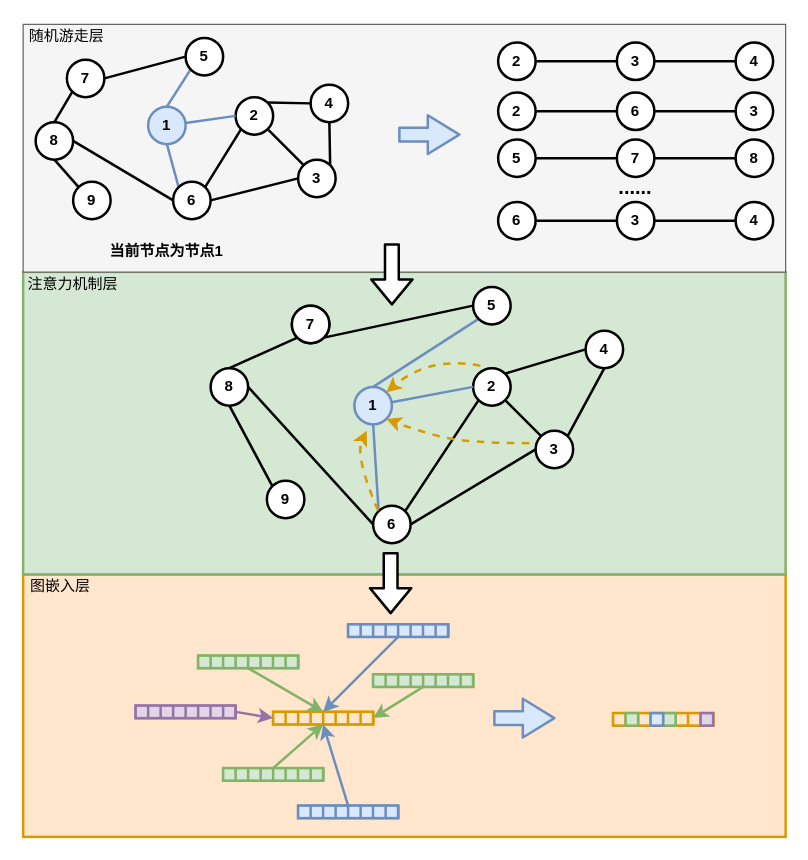
Before: page "Page-10" (10 of 11) of attention embedding.drawio in zjtone/RL-Note, a draw.io diagram. Source tidied: cells renumbered, new cells numbered last; positions are measured from the earlier drawing's top-left corner, leaving out a move shared by most shapes. Both pictures are drawn from the tidied source at 125%, with x=0, y=0 at pixel (22, 24).
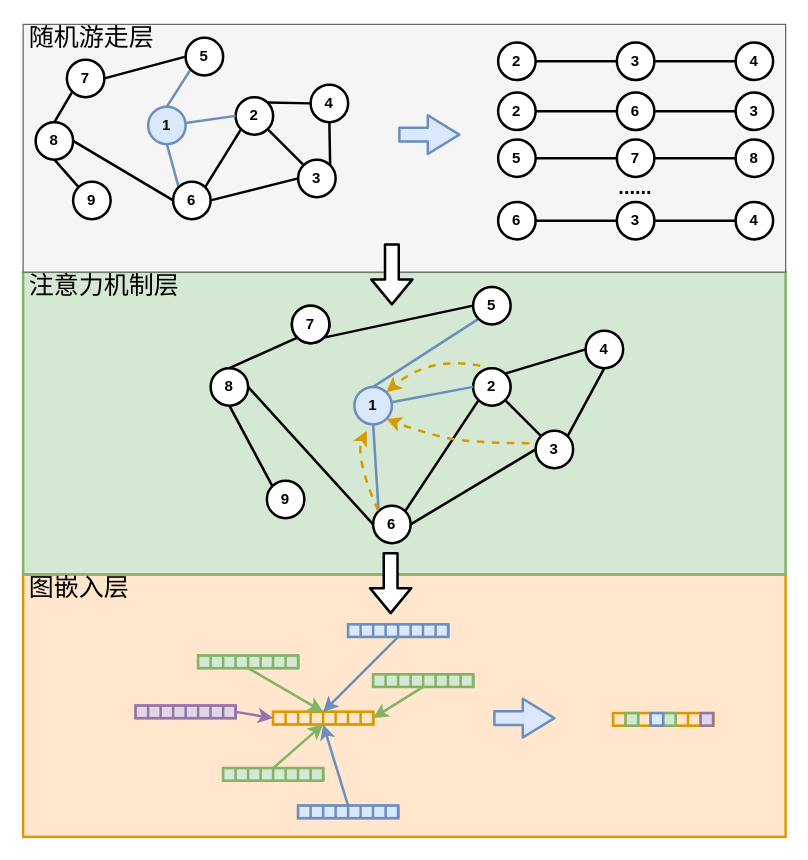
The same diagram, later.

The edit, as a diff of the source:
```diff
@@
-    <mxCell id="26" value="当前节点为节点1" style="text;html=1;strokeColor=none;fillColor=none;align=center;verticalAlign=middle;whiteSpace=wrap;rounded=0;fontStyle=1;strokeWidth=2;" parent="1" vertex="1">
-      <mxGeometry x="50" y="172" width="130" height="20" as="geometry" />
-    </mxCell>
@@
-    <mxCell id="166" value="随机游走层" style="text;html=1;strokeColor=none;fillColor=none;align=center;verticalAlign=middle;whiteSpace=wrap;rounded=0;" parent="1" vertex="1">
-      <mxGeometry width="70" height="20" as="geometry" />
+    <mxCell id="166" value="随机游走层" style="text;html=1;strokeColor=none;fillColor=none;align=center;verticalAlign=middle;whiteSpace=wrap;rounded=0;fontSize=20;" parent="1" vertex="1">
+      <mxGeometry width="110" height="20" as="geometry" />
     </mxCell>
-    <mxCell id="167" value="注意力机制层" style="text;html=1;strokeColor=none;fillColor=none;align=center;verticalAlign=middle;whiteSpace=wrap;rounded=0;" parent="1" vertex="1">
-      <mxGeometry y="198" width="80" height="20" as="geometry" />
+    <mxCell id="167" value="注意力机制层" style="text;html=1;strokeColor=none;fillColor=none;align=center;verticalAlign=middle;whiteSpace=wrap;rounded=0;fontSize=20;" parent="1" vertex="1">
+      <mxGeometry y="198" width="130" height="20" as="geometry" />
     </mxCell>
-    <mxCell id="168" value="图嵌入层" style="text;html=1;strokeColor=none;fillColor=none;align=center;verticalAlign=middle;whiteSpace=wrap;rounded=0;" parent="1" vertex="1">
-      <mxGeometry y="440" width="60" height="20" as="geometry" />
+    <mxCell id="168" value="图嵌入层" style="text;html=1;strokeColor=none;fillColor=none;align=center;verticalAlign=middle;whiteSpace=wrap;rounded=0;fontSize=20;" parent="1" vertex="1">
+      <mxGeometry y="440" width="90" height="20" as="geometry" />
     </mxCell>
```
